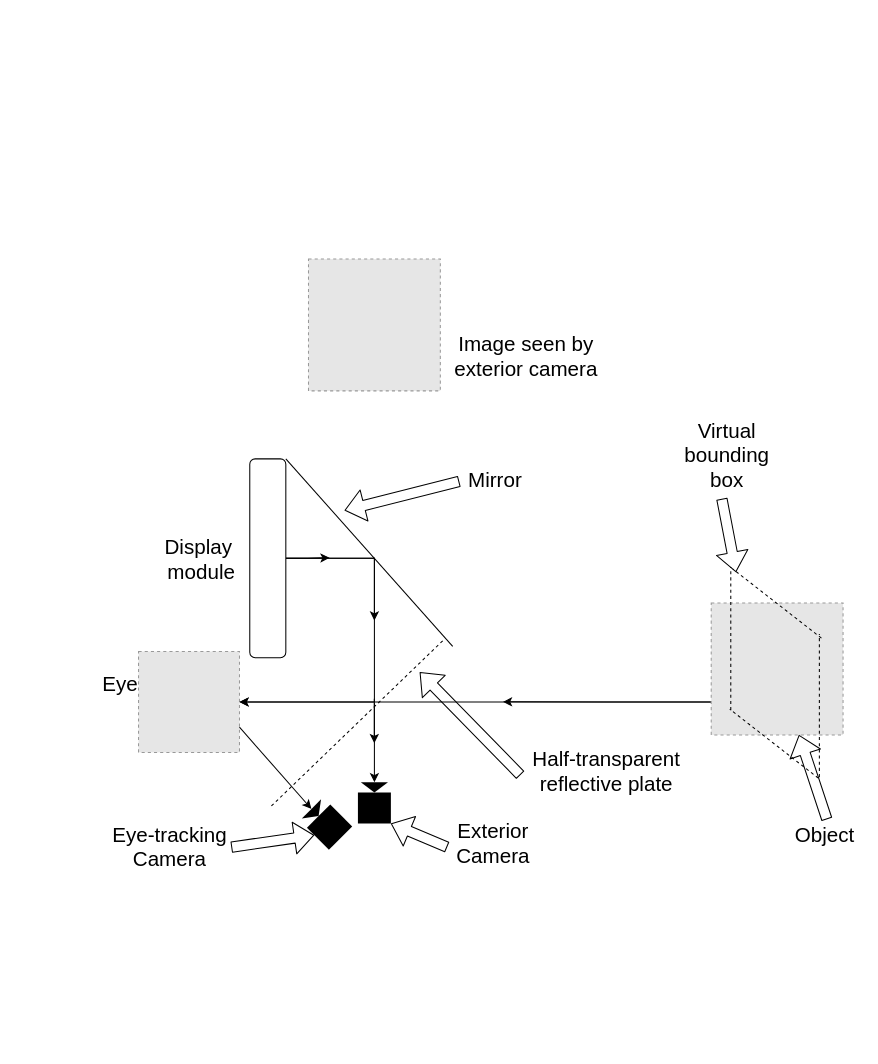
Dawei-S/Da keeps this draw.io diagram as capstone_design.drawio. Above is the earlier version. Source tidied: cells renumbered, new cells numbered last; positions are measured from the earlier drawing's top-left corner, leaving out a move shared by most shapes. Both pictures are drawn from the tidied source at 103%, with x=0, y=0 at pixel (97, 259). Pictures stored in the file or linked from it are replaced by grey dashed boxes.
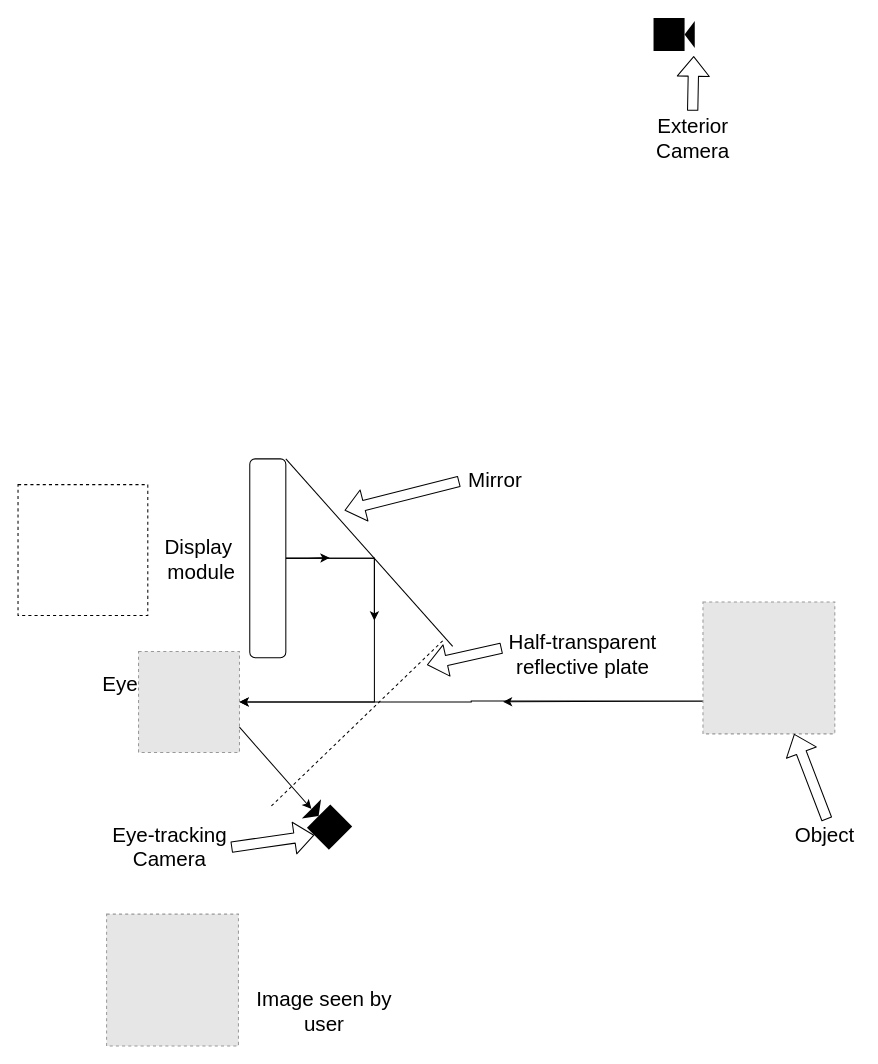
Above is the later version.

What changed in the source:
```diff
@@
     <mxCell id="4" style="edgeStyle=orthogonalEdgeStyle;rounded=0;jettySize=auto;html=1;exitX=0;exitY=0.75;exitDx=0;exitDy=0;" parent="1" edge="1" source="5">
       <mxGeometry relative="1" as="geometry">
         <mxPoint x="393.8" y="429.9" as="targetPoint" />
+        <Array as="points">
+          <mxPoint x="596" y="429" />
+        </Array>
       </mxGeometry>
     </mxCell>
     <mxCell id="5" style="fillColor=#E6E6E6;strokeColor=#999999;dashed=1;html=1;verticalAlign=top;verticalLabelPosition=bottom;labelBackgroundColor=#ffffff;" parent="1" vertex="1">
-      <mxGeometry x="596" y="334" width="128" height="128" as="geometry" />
+      <mxGeometry x="588" y="333" width="128" height="128" as="geometry" />
     </mxCell>
@@
-    <mxCell id="12" style="endArrow=none;dashed=1;html=1;" parent="1" edge="1">
-      <mxGeometry relative="1" as="geometry">
-        <mxPoint x="615" y="438" as="sourcePoint" />
-        <mxPoint x="615" y="299" as="targetPoint" />
-      </mxGeometry>
-    </mxCell>
-    <mxCell id="13" style="endArrow=none;dashed=1;html=1;" parent="1" edge="1">
-      <mxGeometry relative="1" as="geometry">
-        <mxPoint x="701" y="503" as="sourcePoint" />
-        <mxPoint x="701" y="364" as="targetPoint" />
-      </mxGeometry>
-    </mxCell>
-    <mxCell id="14" style="endArrow=none;dashed=1;html=1;" parent="1" edge="1">
-      <mxGeometry relative="1" as="geometry">
-        <mxPoint x="700" y="504" as="sourcePoint" />
-        <mxPoint x="614" y="437" as="targetPoint" />
-      </mxGeometry>
-    </mxCell>
-    <mxCell id="15" style="endArrow=none;dashed=1;html=1;" parent="1" edge="1">
-      <mxGeometry relative="1" as="geometry">
-        <mxPoint x="703" y="368" as="sourcePoint" />
-        <mxPoint x="617" y="301" as="targetPoint" />
-      </mxGeometry>
-    </mxCell>
-    <mxCell id="16" style="shape=mxgraph.signs.tech.video_camera;html=1;fillColor=#000000;strokeColor=none;verticalLabelPosition=bottom;verticalAlign=top;align=center;rotation=-90;" parent="1" vertex="1">
-      <mxGeometry x="249" y="512" width="40" height="32" as="geometry" />
+    <mxCell id="16" style="shape=mxgraph.signs.tech.video_camera;html=1;fillColor=#000000;strokeColor=none;verticalLabelPosition=bottom;verticalAlign=top;align=center;rotation=0;" parent="1" vertex="1">
+      <mxGeometry x="540" y="-234" width="40" height="32" as="geometry" />
     </mxCell>
@@
-    <mxCell id="18" style="endArrow=classic;html=1;entryX=1;entryY=0.5;entryDx=0;entryDy=0;entryPerimeter=0;" parent="1" edge="1" target="16">
-      <mxGeometry relative="1" as="geometry">
-        <mxPoint x="269" y="431" as="sourcePoint" />
-      </mxGeometry>
-    </mxCell>
-    <mxCell id="19" style="endArrow=classic;html=1;" parent="1" edge="1">
-      <mxGeometry relative="1" as="geometry">
-        <mxPoint x="268.9" y="427" as="sourcePoint" />
-        <mxPoint x="268.9" y="470" as="targetPoint" />
-      </mxGeometry>
-    </mxCell>
@@
     <mxCell id="21" style="fillColor=#E6E6E6;strokeColor=#999999;dashed=1;html=1;verticalAlign=top;verticalLabelPosition=bottom;labelBackgroundColor=#ffffff;" parent="1" vertex="1">
-      <mxGeometry x="205" width="128" height="128" as="geometry" />
+      <mxGeometry x="9" y="636" width="128" height="128" as="geometry" />
     </mxCell>
-    <mxCell id="22" value="&lt;font style=&quot;font-size: 20px&quot;&gt;Image seen by &lt;br&gt;exterior camera&lt;/font&gt;" style="text;html=1;align=center;verticalAlign=middle;fontSize=20;" parent="1" vertex="1">
-      <mxGeometry x="341" y="68" width="149" height="52" as="geometry" />
+    <mxCell id="22" value="&lt;font style=&quot;font-size: 20px&quot;&gt;Image seen by &lt;br&gt;user&lt;/font&gt;" style="text;html=1;align=center;verticalAlign=middle;fontSize=20;" parent="1" vertex="1">
+      <mxGeometry x="149" y="704" width="141" height="52" as="geometry" />
     </mxCell>
@@
     <mxCell id="26" value="Exterior&lt;br&gt;Camera" style="text;html=1;align=center;verticalAlign=middle;points=[];fontSize=20;" parent="1" vertex="1">
-      <mxGeometry x="343" y="541" width="81" height="52" as="geometry" />
+      <mxGeometry x="537" y="-144" width="81" height="52" as="geometry" />
     </mxCell>
-    <mxCell id="27" style="shape=flexArrow;endArrow=classic;html=1;exitX=-0.041;exitY=0.577;exitDx=0;exitDy=0;exitPerimeter=0;entryX=0;entryY=1;entryDx=0;entryDy=0;entryPerimeter=0;" parent="1" edge="1" source="26" target="16">
-      <mxGeometry relative="1" as="geometry" />
+    <mxCell id="27" style="shape=flexArrow;endArrow=classic;html=1;" parent="1" edge="1" source="26">
+      <mxGeometry relative="1" as="geometry">
+        <mxPoint x="579" y="-197" as="targetPoint" />
+      </mxGeometry>
     </mxCell>
@@
-    <mxCell id="31" value="Virtual &lt;br&gt;bounding &lt;br&gt;box" style="text;html=1;align=center;verticalAlign=middle;points=[];fontSize=20;" parent="1" vertex="1">
-      <mxGeometry x="565" y="152" width="92" height="76" as="geometry" />
-    </mxCell>
-    <mxCell id="32" style="shape=flexArrow;endArrow=classic;html=1;exitX=0.449;exitY=1.061;exitDx=0;exitDy=0;exitPerimeter=0;" parent="1" edge="1" source="31">
-      <mxGeometry relative="1" as="geometry">
-        <mxPoint x="620" y="304" as="targetPoint" />
-      </mxGeometry>
-    </mxCell>
@@
     <mxCell id="35" value="Half-transparent&lt;br&gt;reflective plate" style="text;html=1;align=center;verticalAlign=middle;points=[];fontSize=20;" parent="1" vertex="1">
-      <mxGeometry x="417" y="471" width="153" height="52" as="geometry" />
+      <mxGeometry x="394" y="357" width="153" height="52" as="geometry" />
     </mxCell>
-    <mxCell id="36" style="shape=flexArrow;endArrow=classic;html=1;exitX=-0.041;exitY=0.577;exitDx=0;exitDy=0;exitPerimeter=0;" parent="1" edge="1" source="35">
+    <mxCell id="36" style="shape=flexArrow;endArrow=classic;html=1;exitX=-0.009;exitY=0.401;exitDx=0;exitDy=0;exitPerimeter=0;" parent="1" edge="1" source="35">
       <mxGeometry relative="1" as="geometry">
-        <mxPoint x="313" y="401" as="targetPoint" />
+        <mxPoint x="320" y="394" as="targetPoint" />
       </mxGeometry>
     </mxCell>
+    <mxCell id="37" style="whiteSpace=wrap;html=1;opacity=0;" parent="1" vertex="1">
+      <mxGeometry x="-54" y="618" width="80" height="80" as="geometry" />
+    </mxCell>
+    <mxCell id="38" style="rounded=0;whiteSpace=wrap;html=1;fillColor=none;strokeWidth=1;dashed=1;" parent="1" vertex="1">
+      <mxGeometry x="-77" y="219" width="126" height="127" as="geometry" />
+    </mxCell>
```
